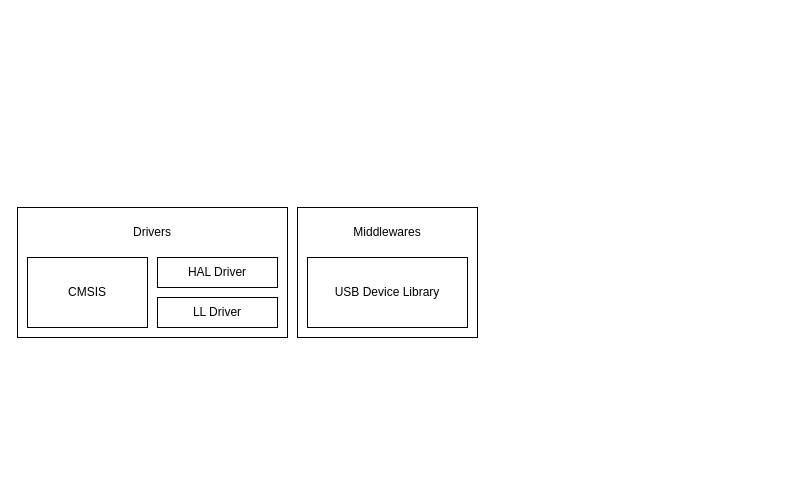
The draw.io diagram Untitled Diagram.drawio in SummerFalls/DrawIO, before the edit. Source tidied: cells renumbered, new cells numbered last; positions are measured from the earlier drawing's top-left corner, leaving out a move shared by most shapes. Both pictures are drawn from the tidied source at 100%, with x=0, y=0 at pixel (17, 207).
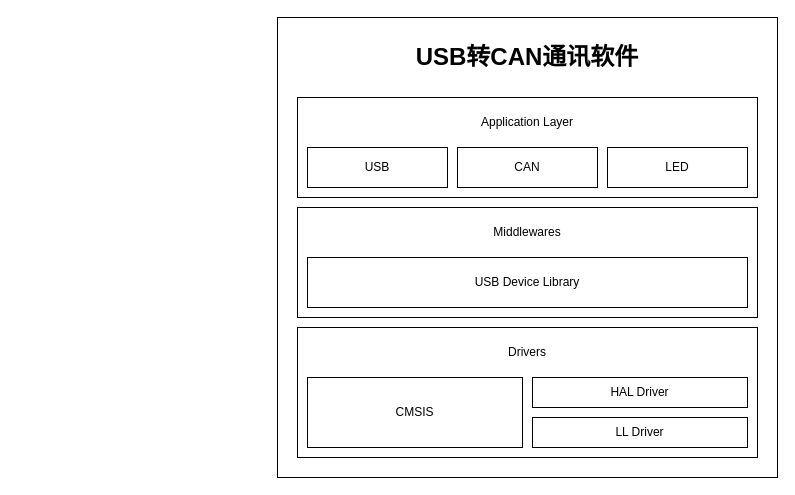
After the change.

The edit, as a diff of the source:
```diff
@@
 <mxGraphModel>
   <root>
     <mxCell id="0" />
     <mxCell id="1" parent="0" />
-    <mxCell id="2" style="group;" parent="1" vertex="1">
-      <mxGeometry width="270" height="130" as="geometry" />
-    </mxCell>
+    <mxCell id="11" style="rounded=0;whiteSpace=wrap;html=1;" parent="1" vertex="1">
+      <mxGeometry x="260" y="-190" width="500" height="460" as="geometry" />
+    </mxCell>
+    <mxCell id="12" style="rounded=0;whiteSpace=wrap;html=1;" parent="1" vertex="1">
+      <mxGeometry x="280" y="-110" width="460" height="100" as="geometry" />
+    </mxCell>
+    <mxCell id="13" value="USB" style="rounded=0;whiteSpace=wrap;html=1;" parent="1" vertex="1">
+      <mxGeometry x="290" y="-60" width="140" height="40" as="geometry" />
+    </mxCell>
+    <mxCell id="14" value="CAN" style="rounded=0;whiteSpace=wrap;html=1;" parent="1" vertex="1">
+      <mxGeometry x="440" y="-60" width="140" height="40" as="geometry" />
+    </mxCell>
+    <mxCell id="15" value="LED" style="rounded=0;whiteSpace=wrap;html=1;" parent="1" vertex="1">
+      <mxGeometry x="590" y="-60" width="140" height="40" as="geometry" />
+    </mxCell>
+    <mxCell id="16" value="Application Layer" style="text;html=1;strokeColor=none;fillColor=none;align=center;verticalAlign=middle;whiteSpace=wrap;rounded=0;" parent="1" vertex="1">
+      <mxGeometry x="290" y="-100" width="440" height="30" as="geometry" />
+    </mxCell>
+    <mxCell id="17" value="USB转CAN通讯软件" style="text;html=1;strokeColor=none;fillColor=none;align=center;verticalAlign=middle;whiteSpace=wrap;rounded=0;fontStyle=1;fontSize=24;" parent="1" vertex="1">
+      <mxGeometry x="280" y="-180" width="460" height="60" as="geometry" />
+    </mxCell>
+    <mxCell id="8" style="rounded=0;whiteSpace=wrap;html=1;" parent="1" vertex="1">
+      <mxGeometry x="280" width="460" height="110" as="geometry" />
+    </mxCell>
+    <mxCell id="9" value="USB Device Library" style="rounded=0;whiteSpace=wrap;html=1;" parent="1" vertex="1">
+      <mxGeometry x="290" y="50" width="440" height="50" as="geometry" />
+    </mxCell>
+    <mxCell id="10" value="Middlewares" style="text;html=1;strokeColor=none;fillColor=none;align=center;verticalAlign=middle;whiteSpace=wrap;rounded=0;" parent="1" vertex="1">
+      <mxGeometry x="290" y="10" width="440" height="30" as="geometry" />
+    </mxCell>
+    <mxCell id="18" style="group;" parent="1" vertex="1">
+      <mxGeometry x="280" y="120" width="460" height="130" as="geometry" />
+    </mxCell>
-    <mxCell id="3" style="rounded=0;whiteSpace=wrap;html=1;" parent="2" vertex="1">
-      <mxGeometry width="270" height="130" as="geometry" />
+    <mxCell id="3" style="rounded=0;whiteSpace=wrap;html=1;" parent="18" vertex="1">
+      <mxGeometry width="460" height="130" as="geometry" />
     </mxCell>
-    <mxCell id="4" value="CMSIS" style="rounded=0;whiteSpace=wrap;html=1;" parent="2" vertex="1">
-      <mxGeometry x="10" y="50" width="120" height="70" as="geometry" />
+    <mxCell id="4" value="CMSIS" style="rounded=0;whiteSpace=wrap;html=1;" parent="18" vertex="1">
+      <mxGeometry x="10" y="50" width="215" height="70" as="geometry" />
     </mxCell>
-    <mxCell id="5" value="HAL Driver" style="rounded=0;whiteSpace=wrap;html=1;" parent="2" vertex="1">
-      <mxGeometry x="140" y="50" width="120" height="30" as="geometry" />
+    <mxCell id="5" value="HAL Driver" style="rounded=0;whiteSpace=wrap;html=1;" parent="18" vertex="1">
+      <mxGeometry x="235" y="50" width="215" height="30" as="geometry" />
     </mxCell>
-    <mxCell id="6" value="Drivers" style="text;html=1;strokeColor=none;fillColor=none;align=center;verticalAlign=middle;whiteSpace=wrap;rounded=0;" parent="2" vertex="1">
-      <mxGeometry x="10" y="10" width="250" height="30" as="geometry" />
+    <mxCell id="6" value="Drivers" style="text;html=1;strokeColor=none;fillColor=none;align=center;verticalAlign=middle;whiteSpace=wrap;rounded=0;" parent="18" vertex="1">
+      <mxGeometry x="10" y="10" width="440" height="30" as="geometry" />
     </mxCell>
-    <mxCell id="7" value="LL Driver" style="rounded=0;whiteSpace=wrap;html=1;" parent="2" vertex="1">
-      <mxGeometry x="140" y="90" width="120" height="30" as="geometry" />
+    <mxCell id="7" value="LL Driver" style="rounded=0;whiteSpace=wrap;html=1;" parent="18" vertex="1">
+      <mxGeometry x="235" y="90" width="215" height="30" as="geometry" />
     </mxCell>
-    <mxCell id="8" style="rounded=0;whiteSpace=wrap;html=1;" parent="1" vertex="1">
-      <mxGeometry x="280" width="180" height="130" as="geometry" />
-    </mxCell>
-    <mxCell id="9" value="USB Device Library" style="rounded=0;whiteSpace=wrap;html=1;" parent="1" vertex="1">
-      <mxGeometry x="290" y="50" width="160" height="70" as="geometry" />
-    </mxCell>
-    <mxCell id="10" value="Middlewares" style="text;html=1;strokeColor=none;fillColor=none;align=center;verticalAlign=middle;whiteSpace=wrap;rounded=0;" parent="1" vertex="1">
-      <mxGeometry x="320" y="10" width="100" height="30" as="geometry" />
-    </mxCell>
   </root>
 </mxGraphModel>
```
